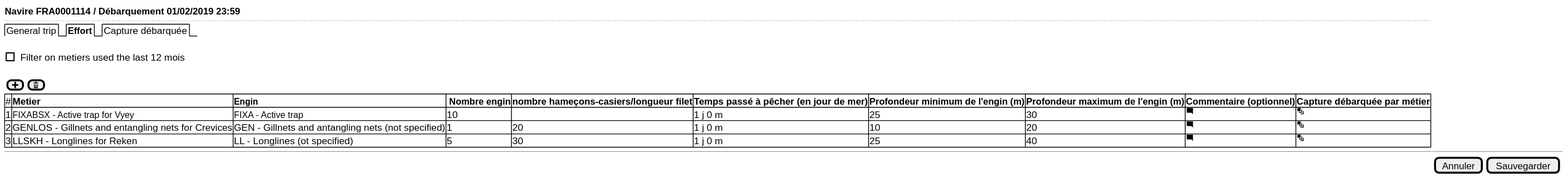
sumaris-net/sumaris-doc keeps this PlantUML diagram as use-case/collect/trip/landing-ui-effort.svg. Above is the earlier version. Its source is kept beside it as use-case/collect/trip/landing-ui-effort.puml.
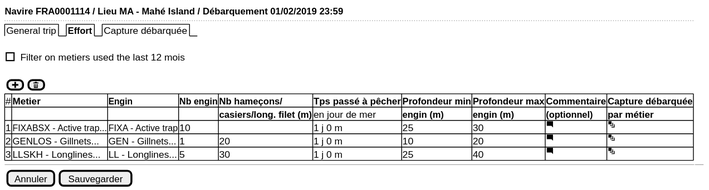
After the change.

Diff of the diagram source:
```diff
@@ -1,6 +1,6 @@
 @startsalt
 {
-  <b>Navire FRA0001114 / Débarquement 01/02/2019 23:59
+  <b>Navire FRA0001114 / Lieu MA - Mahé Island / Débarquement 01/02/2019 23:59
   ..
   {/ General trip | <b>Effort | Capture débarquée }
   .
@@ -9,14 +9,15 @@
   {[<&plus>]  | [<&trash>]}
 
   {#
-  # | <b>Metier         | <b>Engin   | <b> Nombre engin | <b>nombre hameçons-casiers/longueur filet | <b>Temps passé à pêcher (en jour de mer) | <b>Profondeur minimum de l'engin (m) | <b>Profondeur maximum de l'engin (m) | <b>Commentaire (optionnel) | <b>Capture débarquée par métier
-  1 | FIXABSX - Active trap for Vyey     | FIXA - Active trap             | 10 | . | 1 j 0 m | 25 | 30 | <&comment-square> | <&layers>
-  2 | GENLOS - Gillnets and entangling nets for Crevices     | GEN - Gillnets and antangling nets (not specified) | 1 | 20 | 1 j 0 m | 10 | 20 | <&comment-square> | <&layers>
-  3 | LLSKH - Longlines for Reken     | LL - Longlines (ot specified)     | 5 | 30 | 1 j 0 m | 25 | 40 | <&comment-square> | <&layers>
+  # | <b>Metier                | <b>Engin   | <b>Nb engin | <b>Nb hameçons/             | <b>Tps passé à pêcher | <b>Profondeur min | <b>Profondeur max  | <b>Commentaire  | <b>Capture débarquée
+  . | .                        | .          | .           | <b>casiers/long. filet (m)  | en jour de mer        | <b>engin (m)      | <b>engin (m)       | <b>(optionnel)  | <b>par métier
+  1 | FIXABSX - Active trap... | FIXA - Active trap   | 10 | . | 1 j 0 m | 25 | 30 | <&comment-square> | <&layers>
+  2 | GENLOS - Gillnets...     | GEN - Gillnets...    | 1 | 20 | 1 j 0 m | 10 | 20 | <&comment-square> | <&layers>
+  3 | LLSKH - Longlines...     | LL - Longlines...    | 5 | 30 | 1 j 0 m | 25 | 40 | <&comment-square> | <&layers>
   }
 
   -- | --
 
-  .                          | {[Annuler] | [Sauvegarder]}
+  {[Annuler] | [Sauvegarder]}
 }
 @endsalt
```
